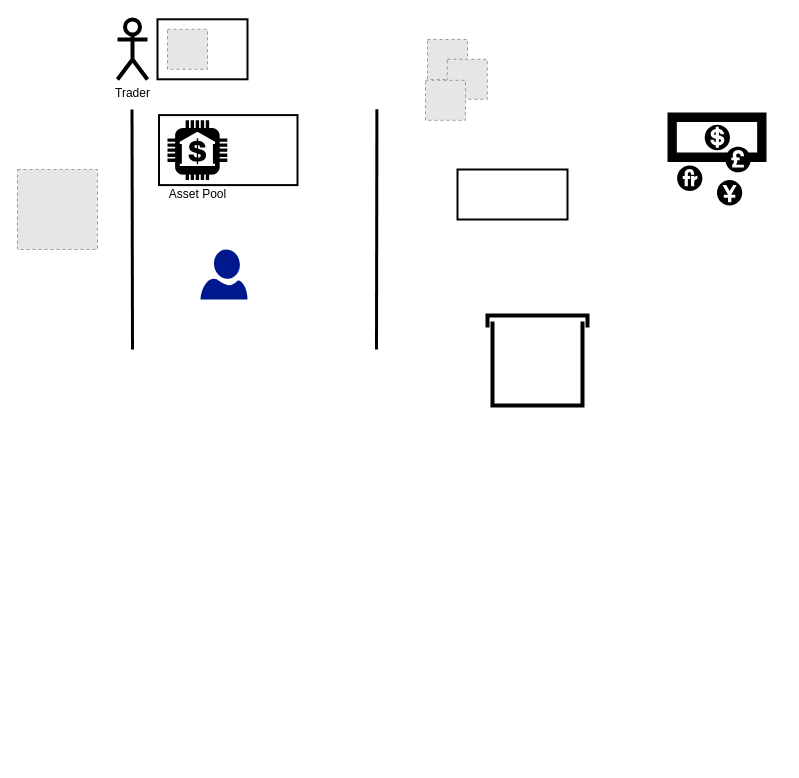
Above: assets/AMM mechanism.drawio in xujiahuayz/bondingcurves (draw.io), before the change. Source tidied: cells renumbered, new cells numbered last; positions are measured from the earlier drawing's top-left corner, leaving out a move shared by most shapes. Both pictures are drawn from the tidied source at 100%, with x=0, y=0 at pixel (17, 19). Pictures stored in the file or linked from it are replaced by grey dashed boxes.
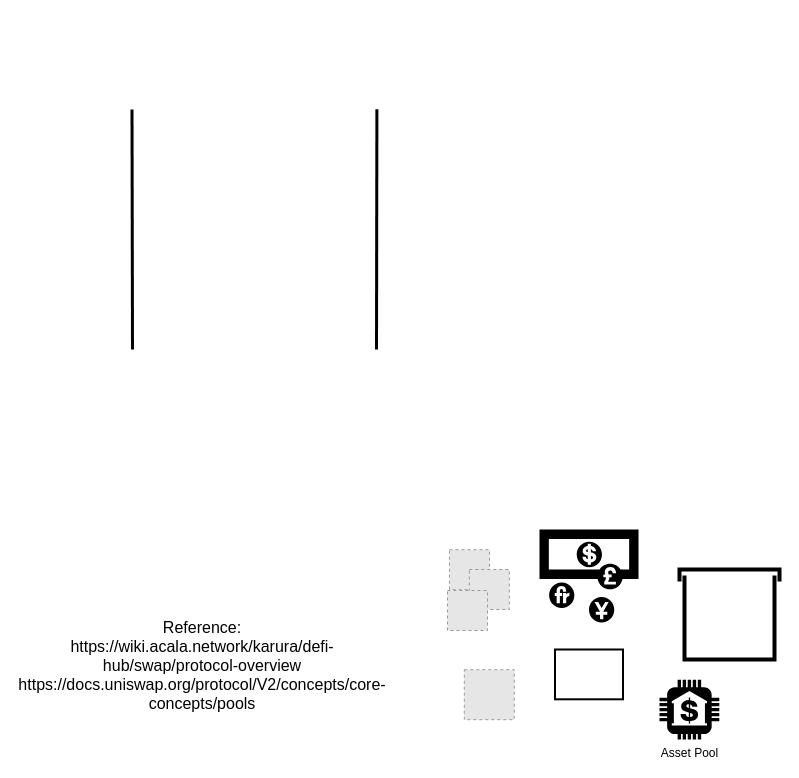
The same page after the edit.

What changed in the source:
```diff
@@
 <mxGraphModel>
   <root>
     <mxCell id="0" />
     <mxCell id="1" parent="0" />
     <mxCell id="2" style="fillColor=#E6E6E6;strokeColor=#999999;dashed=1;verticalLabelPosition=bottom;labelBackgroundColor=#ffffff;verticalAlign=top;" parent="1" vertex="1">
-      <mxGeometry x="410" y="20" width="40" height="40" as="geometry" />
+      <mxGeometry x="432" y="530.2" width="40" height="40" as="geometry" />
     </mxCell>
-    <mxCell id="3" style="rounded=0;whiteSpace=wrap;html=1;strokeWidth=2;fillColor=none;" parent="1" vertex="1">
-      <mxGeometry x="140" y="-0.2" width="90" height="60" as="geometry" />
-    </mxCell>
-    <mxCell id="4" value="Trader" style="shape=umlActor;verticalLabelPosition=bottom;verticalAlign=top;html=1;strokeWidth=4;" parent="1" vertex="1">
-      <mxGeometry x="100" width="30" height="60" as="geometry" />
-    </mxCell>
     <mxCell id="5" value="Asset Pool" style="dashed=0;verticalLabelPosition=bottom;verticalAlign=top;align=center;html=1;shape=mxgraph.aws3.bank;fillColor=#000000;gradientColor=none;shadow=0;" parent="1" vertex="1">
-      <mxGeometry x="150" y="100.8" width="59.8" height="59.8" as="geometry" />
+      <mxGeometry x="642" y="660.2" width="59.8" height="59.8" as="geometry" />
     </mxCell>
     <mxCell id="6" style="endArrow=none;html=1;rounded=0;strokeWidth=3;" parent="1" edge="1">
       <mxGeometry relative="1" as="geometry">
         <mxPoint x="115" y="330" as="sourcePoint" />
         <mxPoint x="114.5" y="90" as="targetPoint" />
       </mxGeometry>
     </mxCell>
     <mxCell id="7" style="endArrow=none;html=1;rounded=0;strokeWidth=3;" parent="1" edge="1">
       <mxGeometry relative="1" as="geometry">
         <mxPoint x="359" y="330" as="sourcePoint" />
         <mxPoint x="359.4" y="89.8" as="targetPoint" />
       </mxGeometry>
     </mxCell>
     <mxCell id="8" style="fillColor=#E6E6E6;strokeColor=#999999;dashed=1;verticalLabelPosition=bottom;labelBackgroundColor=#ffffff;verticalAlign=top;" parent="1" vertex="1">
-      <mxGeometry x="429.8" y="39.8" width="40" height="40" as="geometry" />
+      <mxGeometry x="451.8" y="550" width="40" height="40" as="geometry" />
     </mxCell>
-    <mxCell id="9" style="fillColor=#E6E6E6;strokeColor=#999999;dashed=1;verticalLabelPosition=bottom;labelBackgroundColor=#ffffff;verticalAlign=top;" parent="1" vertex="1">
-      <mxGeometry x="150" y="9.8" width="40" height="40" as="geometry" />
-    </mxCell>
     <mxCell id="10" style="fillColor=#E6E6E6;strokeColor=#999999;dashed=1;html=1;verticalAlign=top;verticalLabelPosition=bottom;labelBackgroundColor=#ffffff;" parent="1" vertex="1">
-      <mxGeometry y="150" width="80" height="80" as="geometry" />
+      <mxGeometry x="446.8" y="650.2" width="50" height="50" as="geometry" />
     </mxCell>
     <mxCell id="11" style="shape=mxgraph.signs.travel.currency_exchange;html=1;fillColor=#000000;strokeColor=none;verticalLabelPosition=bottom;verticalAlign=top;align=center;" parent="1" vertex="1">
-      <mxGeometry x="650" y="93" width="99" height="93" as="geometry" />
+      <mxGeometry x="522" y="510" width="99" height="93" as="geometry" />
     </mxCell>
     <mxCell id="12" style="shape=mxgraph.pid.vessels.tank_(covered);html=1;align=center;verticalLabelPosition=bottom;verticalAlign=top;dashed=0;strokeWidth=4;fillColor=none;" parent="1" vertex="1">
-      <mxGeometry x="470" y="296" width="100" height="90" as="geometry" />
+      <mxGeometry x="662" y="550" width="100" height="90" as="geometry" />
     </mxCell>
     <mxCell id="13" style="rounded=0;whiteSpace=wrap;html=1;strokeWidth=2;fillColor=none;" parent="1" vertex="1">
-      <mxGeometry x="440" y="150" width="110" height="50" as="geometry" />
+      <mxGeometry x="537.5" y="630" width="68" height="49.8" as="geometry" />
     </mxCell>
     <mxCell id="14" style="fillColor=#E6E6E6;strokeColor=#999999;dashed=1;verticalLabelPosition=bottom;labelBackgroundColor=#ffffff;verticalAlign=top;" parent="1" vertex="1">
-      <mxGeometry x="408" y="60.8" width="40" height="40" as="geometry" />
+      <mxGeometry x="430" y="571" width="40" height="40" as="geometry" />
     </mxCell>
-    <mxCell id="15" style="rounded=0;whiteSpace=wrap;html=1;fontSize=16;strokeWidth=2;fillColor=none;" parent="1" vertex="1">
-      <mxGeometry x="141.5" y="95.6" width="138.5" height="70" as="geometry" />
-    </mxCell>
-    <mxCell id="16" style="sketch=0;shadow=0;dashed=0;html=1;strokeColor=none;labelPosition=center;verticalLabelPosition=bottom;verticalAlign=top;align=center;fillColor=#00188D;shape=mxgraph.azure.user;fontSize=16;" parent="1" vertex="1">
-      <mxGeometry x="183" y="230" width="47" height="50" as="geometry" />
-    </mxCell>
+    <mxCell id="17" value="Reference:&lt;br&gt;https://wiki.acala.network/karura/defi-hub/swap/protocol-overview&lt;br&gt;https://docs.uniswap.org/protocol/V2/concepts/core-concepts/pools" style="text;html=1;strokeColor=none;fillColor=none;align=center;verticalAlign=middle;whiteSpace=wrap;rounded=0;shadow=0;fontSize=16;" parent="1" vertex="1">
+      <mxGeometry x="90" y="571" width="190" height="150" as="geometry" />
+    </mxCell>
   </root>
 </mxGraphModel>
```
